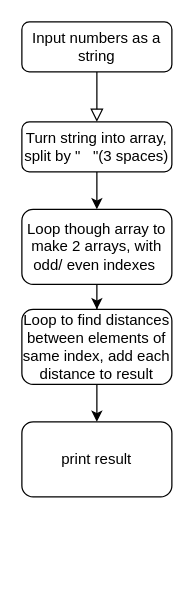
The draw.io diagram src/Day1.drawio in emeroconnor333/Advent-of-Code-24, before the edit. Source tidied: cells renumbered, new cells numbered last; positions are measured from the earlier drawing's top-left corner, leaving out a move shared by most shapes. Both pictures are drawn from the tidied source at 125%, with x=0, y=0 at pixel (21, 21).
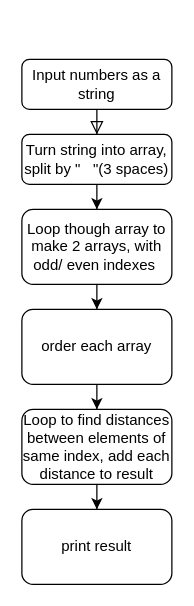
The same diagram, later.

Commit message (it also covers changes not shown here):
day 1: parts 1 and 2

Diff of the diagram source:
```diff
@@
 <mxGraphModel>
   <root>
     <mxCell id="0" />
     <mxCell id="1" parent="0" />
     <mxCell id="2" style="rounded=0;html=1;jettySize=auto;fontSize=11;endArrow=block;endFill=0;endSize=8;strokeWidth=1;shadow=0;labelBackgroundColor=none;edgeStyle=orthogonalEdgeStyle;entryX=0.5;entryY=0;entryDx=0;entryDy=0;" parent="1" edge="1" source="3" target="5">
       <mxGeometry relative="1" as="geometry" />
     </mxCell>
     <mxCell id="3" value="Input numbers as a string" style="rounded=1;whiteSpace=wrap;html=1;fontSize=12;glass=0;strokeWidth=1;shadow=0;" parent="1" vertex="1">
-      <mxGeometry width="120" height="40" as="geometry" />
+      <mxGeometry y="30" width="120" height="40" as="geometry" />
     </mxCell>
     <mxCell id="4" style="edgeStyle=orthogonalEdgeStyle;rounded=0;jettySize=auto;html=1;" parent="1" edge="1" source="5" target="7">
       <mxGeometry relative="1" as="geometry" />
     </mxCell>
     <mxCell id="5" value="Turn string into array, split by &quot;&amp;nbsp; &amp;nbsp;&quot;(3 spaces)" style="rounded=1;whiteSpace=wrap;html=1;fontSize=12;glass=0;strokeWidth=1;shadow=0;" parent="1" vertex="1">
-      <mxGeometry y="80" width="120" height="40" as="geometry" />
+      <mxGeometry y="90" width="120" height="40" as="geometry" />
     </mxCell>
     <mxCell id="6" style="edgeStyle=orthogonalEdgeStyle;rounded=0;jettySize=auto;html=1;" parent="1" edge="1" source="7" target="9">
       <mxGeometry relative="1" as="geometry" />
     </mxCell>
     <mxCell id="7" value="Loop though array to make 2 arrays, with odd/ even indexes&amp;nbsp;" style="whiteSpace=wrap;html=1;rounded=1;glass=0;strokeWidth=1;shadow=0;" parent="1" vertex="1">
       <mxGeometry y="150" width="120" height="60" as="geometry" />
     </mxCell>
     <mxCell id="8" style="edgeStyle=orthogonalEdgeStyle;rounded=0;jettySize=auto;html=1;" parent="1" edge="1" source="9" target="10">
       <mxGeometry relative="1" as="geometry" />
     </mxCell>
-    <mxCell id="9" value="Loop to find distances between elements of same index, add each distance to result" style="whiteSpace=wrap;html=1;rounded=1;glass=0;strokeWidth=1;shadow=0;" parent="1" vertex="1">
+    <mxCell id="9" value="order each array" style="whiteSpace=wrap;html=1;rounded=1;glass=0;strokeWidth=1;shadow=0;" parent="1" vertex="1">
       <mxGeometry y="230" width="120" height="60" as="geometry" />
     </mxCell>
+    <mxCell id="11" style="edgeStyle=orthogonalEdgeStyle;rounded=0;jettySize=auto;html=1;" parent="1" edge="1" source="10" target="12">
+      <mxGeometry relative="1" as="geometry" />
+    </mxCell>
-    <mxCell id="10" value="print result" style="whiteSpace=wrap;html=1;rounded=1;glass=0;strokeWidth=1;shadow=0;" parent="1" vertex="1">
-      <mxGeometry y="320" width="120" height="60" as="geometry" />
+    <mxCell id="10" value="Loop to find distances between elements of same index, add each distance to result" style="whiteSpace=wrap;html=1;rounded=1;glass=0;strokeWidth=1;shadow=0;" parent="1" vertex="1">
+      <mxGeometry y="310" width="120" height="60" as="geometry" />
     </mxCell>
+    <mxCell id="12" value="print result" style="whiteSpace=wrap;html=1;rounded=1;glass=0;strokeWidth=1;shadow=0;" parent="1" vertex="1">
+      <mxGeometry y="390" width="120" height="60" as="geometry" />
+    </mxCell>
   </root>
 </mxGraphModel>
```
